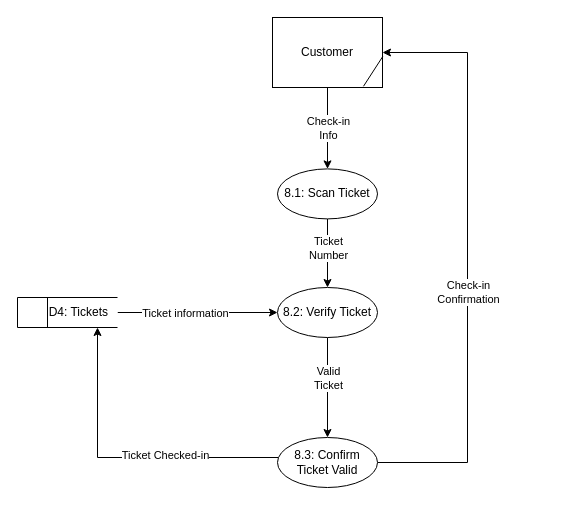
SteveWChang/UMGC-ITEC--630-Ticketing-System-Modeling-and-Analysis keeps this draw.io diagram as page "8.0 Check-in to Event" (10 of 10) of ITEC 630 DFD Ticket Mangement System .drawio. Above is the earlier version. Source tidied: cells renumbered, new cells numbered last; positions are measured from the earlier drawing's top-left corner, leaving out a move shared by most shapes. Both pictures are drawn from the tidied source at 100%, with x=0, y=0 at pixel (17, 17).
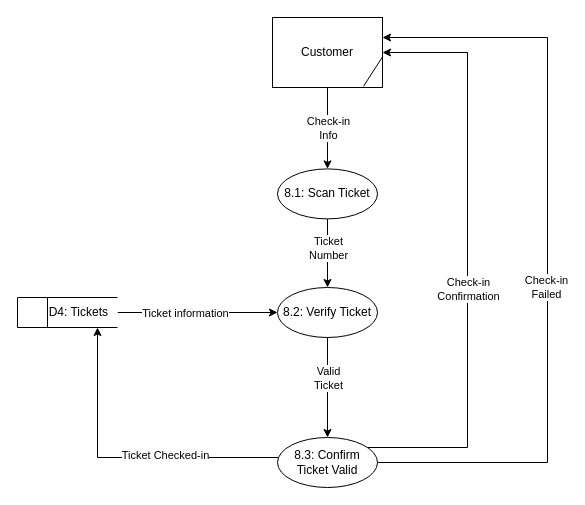
The same page after the edit.

The change refers to these unchanged cells:
```xml
<mxCell id="3" value="Customer" style="html=1;dashed=0;whiteSpace=wrap;" parent="2" vertex="1">
  <mxGeometry width="110" height="70" as="geometry" />
</mxCell>
<mxCell id="20" value="&lt;div&gt;8.3: Confirm Ticket Valid&lt;/div&gt;" style="shape=ellipse;html=1;dashed=0;whiteSpace=wrap;perimeter=ellipsePerimeter;" parent="1" vertex="1">
  <mxGeometry x="260" y="420" width="100" height="50" as="geometry" />
</mxCell>
```

What changed in the source:
```diff
@@
     <mxCell id="18" style="edgeStyle=orthogonalEdgeStyle;rounded=0;jettySize=auto;html=1;" parent="1" edge="1" source="20" target="3">
       <mxGeometry relative="1" as="geometry">
         <Array as="points">
-          <mxPoint x="450" y="445" />
+          <mxPoint x="450" y="430" />
           <mxPoint x="450" y="35" />
         </Array>
       </mxGeometry>
     </mxCell>
@@
+    <mxCell id="21" style="edgeStyle=orthogonalEdgeStyle;rounded=0;jettySize=auto;html=1;" parent="1" edge="1" source="20" target="3">
+      <mxGeometry relative="1" as="geometry">
+        <Array as="points">
+          <mxPoint x="530" y="445" />
+          <mxPoint x="530" y="20" />
+        </Array>
+      </mxGeometry>
+    </mxCell>
+    <mxCell id="22" value="Check-in&lt;div&gt;Failed&lt;/div&gt;" style="edgeLabel;html=1;align=center;verticalAlign=middle;" parent="21" vertex="1">
+      <mxGeometry x="0.07" y="2" relative="1" as="geometry">
+        <mxPoint y="61" as="offset" />
+      </mxGeometry>
+    </mxCell>
```
